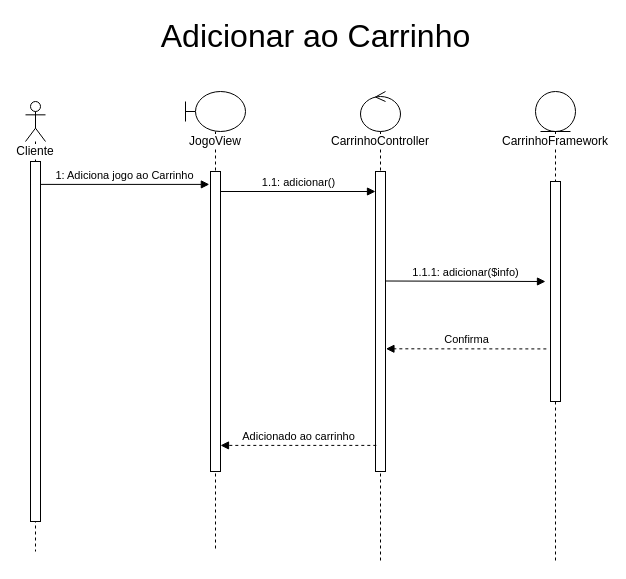
This is page "Adicionar ao Carinho" (3 of 8) of docs/Diagramas/Diagrama-Sequência/Sequencia.drawio from joaopaulo7/GCC188-Projeto-Final, a draw.io file, before an edit. Source tidied: cells renumbered, new cells numbered last; positions are measured from the earlier drawing's top-left corner, leaving out a move shared by most shapes. Both pictures are drawn from the tidied source at 100%, with x=0, y=0 at pixel (25, 21).
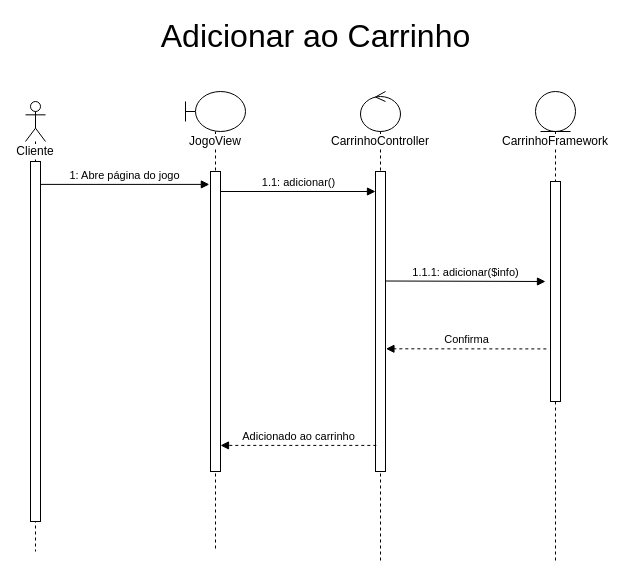
The same diagram, later.

The edit, as a diff of the source:
```diff
@@
 <mxGraphModel>
   <root>
     <mxCell id="0" />
     <mxCell id="1" parent="0" />
     <mxCell id="2" value="&lt;span style=&quot;background-color: rgb(255 , 255 , 255)&quot;&gt;Cliente&lt;/span&gt;" style="shape=umlLifeline;participant=umlActor;perimeter=lifelinePerimeter;whiteSpace=wrap;html=1;verticalAlign=top;spacingTop=36;" parent="1" vertex="1">
       <mxGeometry y="80" width="20" height="450" as="geometry" />
     </mxCell>
     <mxCell id="3" style="html=1;points=[];perimeter=orthogonalPerimeter;fillColor=default;" parent="2" vertex="1">
       <mxGeometry x="5" y="60" width="10" height="360" as="geometry" />
     </mxCell>
     <mxCell id="4" value="&lt;span style=&quot;background-color: rgb(255 , 255 , 255)&quot;&gt;JogoView&lt;/span&gt;" style="shape=umlLifeline;participant=umlBoundary;perimeter=lifelinePerimeter;whiteSpace=wrap;html=1;verticalAlign=top;spacingTop=36;" parent="1" vertex="1">
       <mxGeometry x="160" y="70" width="60" height="460" as="geometry" />
     </mxCell>
     <mxCell id="5" style="html=1;points=[];perimeter=orthogonalPerimeter;fillColor=default;" parent="4" vertex="1">
       <mxGeometry x="25" y="80" width="10" height="300" as="geometry" />
     </mxCell>
     <mxCell id="6" value="1.1: adicionar()" style="html=1;verticalAlign=bottom;endArrow=block;rounded=0;" parent="4" edge="1" target="8">
       <mxGeometry relative="1" as="geometry">
         <mxPoint x="35" y="100" as="sourcePoint" />
       </mxGeometry>
     </mxCell>
     <mxCell id="7" value="&lt;span style=&quot;background-color: rgb(255 , 255 , 255)&quot;&gt;CarrinhoController&lt;/span&gt;" style="shape=umlLifeline;participant=umlControl;perimeter=lifelinePerimeter;whiteSpace=wrap;html=1;verticalAlign=top;spacingTop=36;fillColor=default;" parent="1" vertex="1">
       <mxGeometry x="335" y="70" width="40" height="470" as="geometry" />
     </mxCell>
     <mxCell id="8" style="html=1;points=[];perimeter=orthogonalPerimeter;labelBackgroundColor=#FFFFFF;fillColor=default;" parent="7" vertex="1">
       <mxGeometry x="15" y="80" width="10" height="300" as="geometry" />
     </mxCell>
-    <mxCell id="9" value="1: Adiciona jogo ao Carrinho" style="html=1;verticalAlign=bottom;endArrow=block;rounded=0;entryX=-0.114;entryY=0.043;entryDx=0;entryDy=0;entryPerimeter=0;" parent="1" edge="1" source="3" target="5">
+    <mxCell id="9" value="1: Abre página do jogo" style="html=1;verticalAlign=bottom;endArrow=block;rounded=0;entryX=-0.114;entryY=0.043;entryDx=0;entryDy=0;entryPerimeter=0;" parent="1" edge="1" source="3" target="5">
       <mxGeometry relative="1" as="geometry" />
     </mxCell>
     <mxCell id="10" value="CarrinhoFramework" style="shape=umlLifeline;participant=umlEntity;perimeter=lifelinePerimeter;whiteSpace=wrap;html=1;verticalAlign=top;spacingTop=36;labelBackgroundColor=#FFFFFF;fillColor=default;" parent="1" vertex="1">
       <mxGeometry x="510" y="70" width="40" height="470" as="geometry" />
     </mxCell>
     <mxCell id="11" style="html=1;points=[];perimeter=orthogonalPerimeter;labelBackgroundColor=#FFFFFF;fillColor=default;" parent="10" vertex="1">
       <mxGeometry x="15" y="90" width="10" height="220" as="geometry" />
     </mxCell>
     <mxCell id="12" value="1.1.1: adicionar($info)" style="html=1;verticalAlign=bottom;endArrow=block;rounded=0;exitX=1.043;exitY=0.365;exitDx=0;exitDy=0;exitPerimeter=0;" parent="1" edge="1" source="8">
       <mxGeometry relative="1" as="geometry">
         <mxPoint x="520" y="260" as="targetPoint" />
       </mxGeometry>
     </mxCell>
     <mxCell id="13" value="Confirma" style="html=1;verticalAlign=bottom;endArrow=block;rounded=0;exitX=-0.417;exitY=0.761;exitDx=0;exitDy=0;exitPerimeter=0;dashed=1;entryX=1.043;entryY=0.591;entryDx=0;entryDy=0;entryPerimeter=0;" parent="1" edge="1" source="11" target="8">
       <mxGeometry relative="1" as="geometry" />
     </mxCell>
     <mxCell id="14" value="Adicionado ao carrinho" style="html=1;verticalAlign=bottom;endArrow=block;rounded=0;exitX=0.083;exitY=0.953;exitDx=0;exitDy=0;exitPerimeter=0;dashed=1;" parent="1" edge="1">
       <mxGeometry relative="1" as="geometry">
         <mxPoint x="350.8" y="423.9" as="sourcePoint" />
         <mxPoint x="195" y="423.9" as="targetPoint" />
       </mxGeometry>
     </mxCell>
     <mxCell id="15" value="&lt;font style=&quot;font-size: 32px&quot;&gt;Adicionar ao Carrinho&lt;/font&gt;" style="text;html=1;align=center;verticalAlign=middle;strokeColor=none;fillColor=none;" parent="1" vertex="1">
       <mxGeometry x="125" width="330" height="30" as="geometry" />
     </mxCell>
   </root>
 </mxGraphModel>
```
